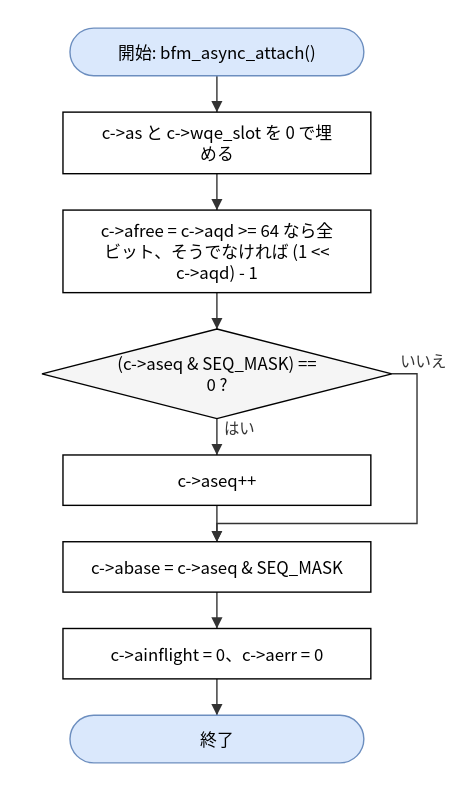
hf355051012-ai/bfmem keeps this draw.io diagram as doc/spec/images/flow_src_bfm_async-bfm_async_attach.drawio.svg. Above is the earlier version. Source tidied: cells renumbered, new cells last; positions are measured from the earlier drawing's top-left corner, leaving out a move shared by most shapes. Source of this version:
```xml
<mxGraphModel>
  <root>
    <mxCell id="0" />
    <mxCell id="1" parent="0" />
    <mxCell id="2" value="開始: bfm_async_attach()" style="rounded=1;arcSize=50;whiteSpace=wrap;html=1;fillColor=#dae8fc;strokeColor=#6c8ebf;" parent="1" vertex="1">
      <mxGeometry x="20" width="210" height="34" as="geometry" />
    </mxCell>
    <mxCell id="3" value="c-&amp;gt;as と c-&amp;gt;wqe_slot を 0 で埋&lt;br&gt;める" style="rounded=0;whiteSpace=wrap;html=1;" parent="1" vertex="1">
      <mxGeometry x="15" y="60" width="220" height="44" as="geometry" />
    </mxCell>
    <mxCell id="4" value="c-&amp;gt;afree = c-&amp;gt;aqd &amp;gt;= 64 なら全&lt;br&gt;ビット、そうでなければ (1 &amp;lt;&amp;lt;&lt;br&gt;c-&amp;gt;aqd) - 1" style="rounded=0;whiteSpace=wrap;html=1;" parent="1" vertex="1">
      <mxGeometry x="15" y="130" width="220" height="59" as="geometry" />
    </mxCell>
    <mxCell id="5" value="(c-&amp;gt;aseq &amp;amp; SEQ_MASK) ==&lt;br&gt;0 ?" style="rhombus;whiteSpace=wrap;html=1;fillColor=#f5f5f5;" parent="1" vertex="1">
      <mxGeometry y="215" width="250" height="64" as="geometry" />
    </mxCell>
    <mxCell id="6" value="c-&amp;gt;aseq++" style="rounded=0;whiteSpace=wrap;html=1;" parent="1" vertex="1">
      <mxGeometry x="15" y="305" width="220" height="36" as="geometry" />
    </mxCell>
    <mxCell id="7" value="c-&amp;gt;abase = c-&amp;gt;aseq &amp;amp; SEQ_MASK" style="rounded=0;whiteSpace=wrap;html=1;" parent="1" vertex="1">
      <mxGeometry x="15" y="367" width="220" height="36" as="geometry" />
    </mxCell>
    <mxCell id="8" value="c-&amp;gt;ainflight = 0、c-&amp;gt;aerr = 0" style="rounded=0;whiteSpace=wrap;html=1;" parent="1" vertex="1">
      <mxGeometry x="15" y="429" width="220" height="36" as="geometry" />
    </mxCell>
    <mxCell id="9" value="終了" style="rounded=1;arcSize=50;whiteSpace=wrap;html=1;fillColor=#dae8fc;strokeColor=#6c8ebf;" parent="1" vertex="1">
      <mxGeometry x="20" y="491" width="210" height="34" as="geometry" />
    </mxCell>
    <mxCell id="10" style="edgeStyle=none;html=1;rounded=0;endArrow=block;endFill=1;exitX=0.5000;exitY=1.0000;exitDx=0;exitDy=0;exitPerimeter=0;entryX=0.5000;entryY=0.0000;entryDx=0;entryDy=0;entryPerimeter=0;" parent="1" edge="1" source="2" target="3">
      <mxGeometry relative="1" as="geometry" />
    </mxCell>
    <mxCell id="11" style="edgeStyle=none;html=1;rounded=0;endArrow=block;endFill=1;exitX=0.5000;exitY=1.0000;exitDx=0;exitDy=0;exitPerimeter=0;entryX=0.5000;entryY=0.0000;entryDx=0;entryDy=0;entryPerimeter=0;" parent="1" edge="1" source="3" target="4">
      <mxGeometry relative="1" as="geometry" />
    </mxCell>
    <mxCell id="12" style="edgeStyle=none;html=1;rounded=0;endArrow=block;endFill=1;exitX=0.5000;exitY=1.0000;exitDx=0;exitDy=0;exitPerimeter=0;entryX=0.5000;entryY=0.0000;entryDx=0;entryDy=0;entryPerimeter=0;" parent="1" edge="1" source="4" target="5">
      <mxGeometry relative="1" as="geometry" />
    </mxCell>
    <mxCell id="13" value="はい" style="edgeStyle=none;html=1;rounded=0;endArrow=block;endFill=1;exitX=0.5000;exitY=1.0000;exitDx=0;exitDy=0;exitPerimeter=0;entryX=0.5000;entryY=0.0000;entryDx=0;entryDy=0;entryPerimeter=0;" parent="1" edge="1" source="5" target="6">
      <mxGeometry relative="1" as="geometry" />
    </mxCell>
    <mxCell id="14" style="edgeStyle=none;html=1;rounded=0;endArrow=block;endFill=1;exitX=0.5000;exitY=1.0000;exitDx=0;exitDy=0;exitPerimeter=0;entryX=0.5000;entryY=0.0000;entryDx=0;entryDy=0;entryPerimeter=0;" parent="1" edge="1" source="6" target="7">
      <mxGeometry relative="1" as="geometry" />
    </mxCell>
    <mxCell id="15" value="いいえ" style="edgeStyle=none;html=1;rounded=0;endArrow=block;endFill=1;exitX=1.0000;exitY=0.5000;exitDx=0;exitDy=0;exitPerimeter=0;entryX=0.5000;entryY=0.0000;entryDx=0;entryDy=0;entryPerimeter=0;" parent="1" edge="1" source="5" target="7">
      <mxGeometry relative="1" as="geometry">
        <Array as="points">
          <mxPoint x="268" y="247" />
          <mxPoint x="268" y="354" />
          <mxPoint x="125" y="354" />
        </Array>
      </mxGeometry>
    </mxCell>
    <mxCell id="16" style="edgeStyle=none;html=1;rounded=0;endArrow=block;endFill=1;exitX=0.5000;exitY=1.0000;exitDx=0;exitDy=0;exitPerimeter=0;entryX=0.5000;entryY=0.0000;entryDx=0;entryDy=0;entryPerimeter=0;" parent="1" edge="1" source="7" target="8">
      <mxGeometry relative="1" as="geometry" />
    </mxCell>
    <mxCell id="17" style="edgeStyle=none;html=1;rounded=0;endArrow=block;endFill=1;exitX=0.5000;exitY=1.0000;exitDx=0;exitDy=0;exitPerimeter=0;entryX=0.5000;entryY=0.0000;entryDx=0;entryDy=0;entryPerimeter=0;" parent="1" edge="1" source="8" target="9">
      <mxGeometry relative="1" as="geometry" />
    </mxCell>
  </root>
</mxGraphModel>
```
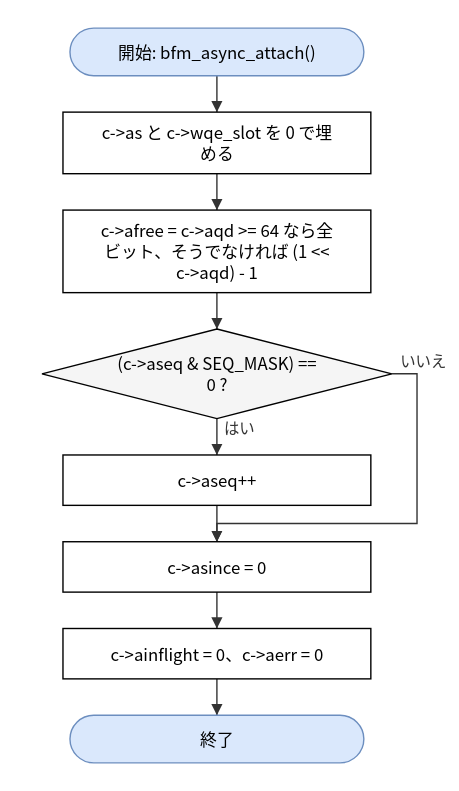
Later version of the same file.

What changed in the source:
```diff
@@ -17,7 +17,7 @@
     <mxCell id="6" value="c-&amp;gt;aseq++" style="rounded=0;whiteSpace=wrap;html=1;" parent="1" vertex="1">
       <mxGeometry x="15" y="305" width="220" height="36" as="geometry" />
     </mxCell>
-    <mxCell id="7" value="c-&amp;gt;abase = c-&amp;gt;aseq &amp;amp; SEQ_MASK" style="rounded=0;whiteSpace=wrap;html=1;" parent="1" vertex="1">
+    <mxCell id="7" value="c-&amp;gt;asince = 0" style="rounded=0;whiteSpace=wrap;html=1;" parent="1" vertex="1">
       <mxGeometry x="15" y="367" width="220" height="36" as="geometry" />
     </mxCell>
     <mxCell id="8" value="c-&amp;gt;ainflight = 0、c-&amp;gt;aerr = 0" style="rounded=0;whiteSpace=wrap;html=1;" parent="1" vertex="1">
```
